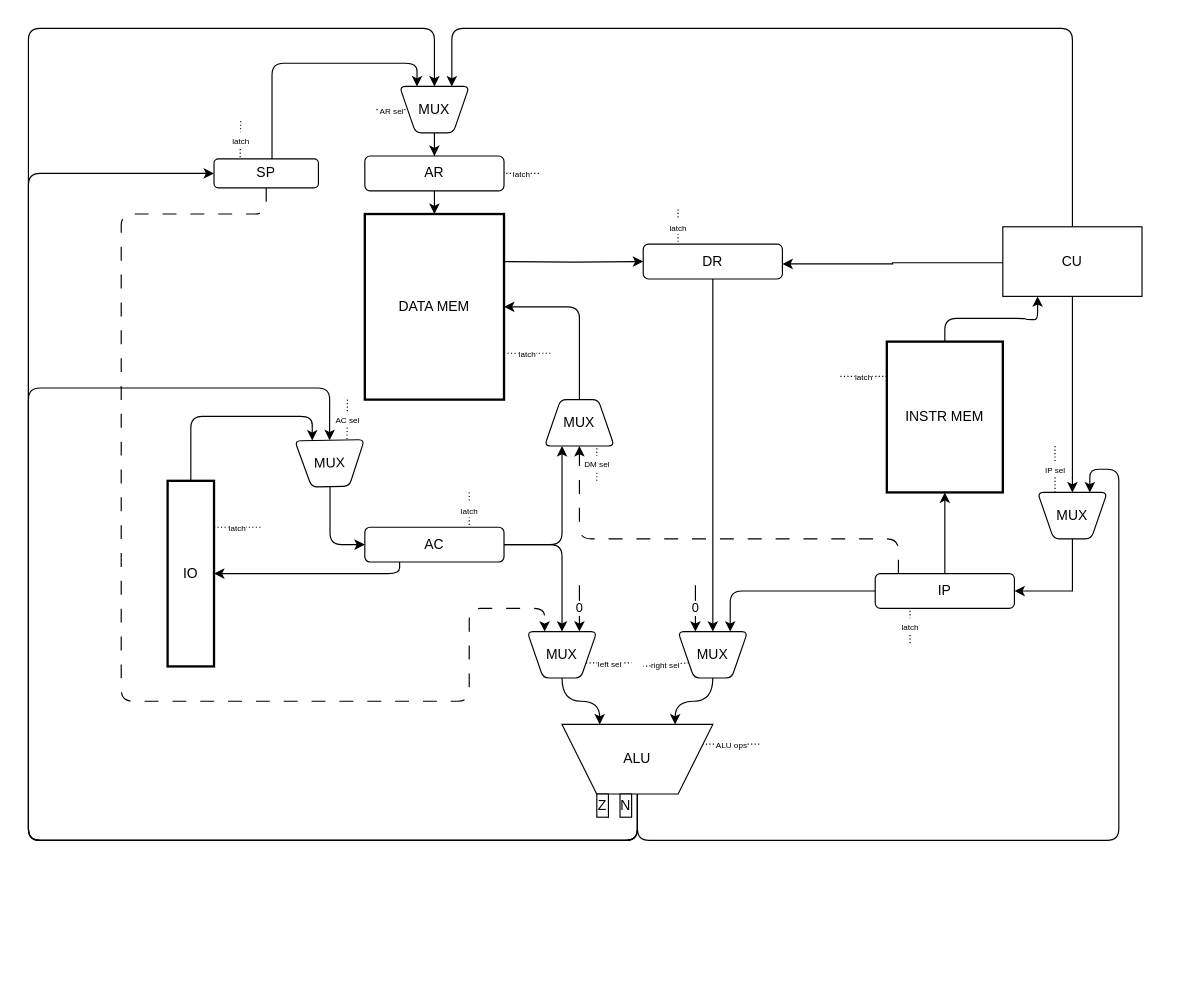
Above: docs/sheme.drawio in artem961/csa-lab-4 (draw.io), before the change. Source tidied: cells renumbered, new cells numbered last; positions are measured from the earlier drawing's top-left corner, leaving out a move shared by most shapes. Both pictures are drawn from the tidied source at 116%, with x=0, y=0 at pixel (28, 28).
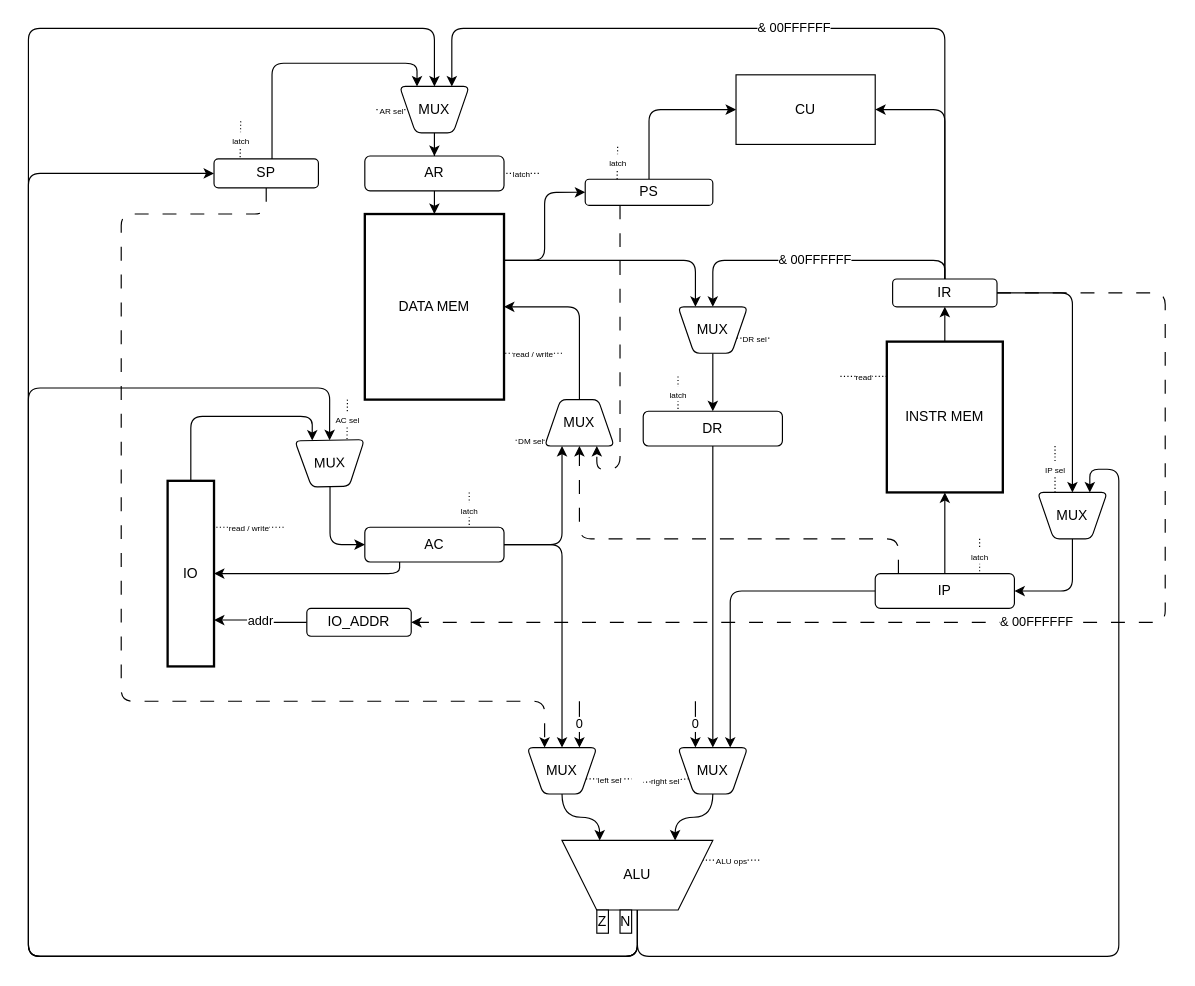
The same diagram, later.

Unchanged cells that the change refers to:
```xml
<mxCell id="3" value="INSTR MEM" style="rounded=0;whiteSpace=wrap;html=1;strokeWidth=2;" parent="1" vertex="1">
  <mxGeometry x="740" y="270" width="100" height="130" as="geometry" />
</mxCell>
<mxCell id="5" value="DATA MEM" style="rounded=0;whiteSpace=wrap;html=1;strokeWidth=2;" parent="1" vertex="1">
  <mxGeometry x="290" y="160" width="120" height="160" as="geometry" />
</mxCell>
<mxCell id="9" value="IP" style="rounded=1;whiteSpace=wrap;html=1;" parent="1" vertex="1">
  <mxGeometry x="730" y="470" width="120" height="30" as="geometry" />
</mxCell>
<mxCell id="30" value="MUX" style="verticalLabelPosition=middle;verticalAlign=middle;html=1;shape=trapezoid;perimeter=trapezoidPerimeter;whiteSpace=wrap;size=0.23;arcSize=10;flipV=1;labelPosition=center;align=center;rounded=1;" parent="1" vertex="1">
  <mxGeometry x="870" y="400" width="60" height="40" as="geometry" />
</mxCell>
<mxCell id="34" value="MUX" style="verticalLabelPosition=middle;verticalAlign=middle;html=1;shape=trapezoid;perimeter=trapezoidPerimeter;whiteSpace=wrap;size=0.23;arcSize=10;flipV=1;labelPosition=center;align=center;rounded=1;" parent="1" vertex="1">
  <mxGeometry x="320" y="50" width="60" height="40" as="geometry" />
</mxCell>
<mxCell id="36" value="MUX" style="verticalLabelPosition=middle;verticalAlign=middle;html=1;shape=trapezoid;perimeter=trapezoidPerimeter;whiteSpace=wrap;size=0.23;arcSize=10;flipV=1;labelPosition=center;align=center;rounded=1;rotation=-1;" parent="1" vertex="1">
  <mxGeometry x="230" y="355" width="60" height="40" as="geometry" />
</mxCell>
<mxCell id="38" value="IO" style="rounded=0;whiteSpace=wrap;html=1;strokeWidth=2;" parent="1" vertex="1">
  <mxGeometry x="120" y="390" width="40" height="160" as="geometry" />
</mxCell>
<mxCell id="41" value="SP" style="rounded=1;whiteSpace=wrap;html=1;" parent="1" vertex="1">
  <mxGeometry x="160" y="112.5" width="90" height="25" as="geometry" />
</mxCell>
<mxCell id="58" style="verticalLabelPosition=middle;verticalAlign=middle;html=1;shape=trapezoid;perimeter=trapezoidPerimeter;whiteSpace=wrap;size=0.23;arcSize=10;flipV=1;labelPosition=center;align=center;rounded=1;rotation=-180;" parent="1" vertex="1">
  <mxGeometry x="445" y="320" width="60" height="40" as="geometry" />
</mxCell>
<mxCell id="59" value="MUX" style="text;html=1;align=center;verticalAlign=middle;whiteSpace=wrap;rounded=0;" parent="1" vertex="1">
  <mxGeometry x="445" y="325" width="60" height="30" as="geometry" />
</mxCell>
```

Diff of the diagram source:
```diff
@@
-    <mxCell id="2" style="edgeStyle=orthogonalEdgeStyle;rounded=1;jettySize=auto;html=1;entryX=0.25;entryY=1;entryDx=0;entryDy=0;exitX=0.5;exitY=0;exitDx=0;exitDy=0;curved=0;" parent="1" edge="1" source="3" target="13">
+    <mxCell id="2" style="edgeStyle=orthogonalEdgeStyle;rounded=1;jettySize=auto;html=1;entryX=0.5;entryY=1;entryDx=0;entryDy=0;exitX=0.5;exitY=0;exitDx=0;exitDy=0;curved=0;" parent="1" edge="1" source="3" target="71">
       <mxGeometry relative="1" as="geometry" />
     </mxCell>
@@
-    <mxCell id="4" style="edgeStyle=orthogonalEdgeStyle;rounded=0;jettySize=auto;html=1;entryX=0;entryY=0.5;entryDx=0;entryDy=0;exitX=1;exitY=0.25;exitDx=0;exitDy=0;" parent="1" edge="1" target="15">
-      <mxGeometry relative="1" as="geometry">
-        <mxPoint x="410" y="201" as="sourcePoint" />
-      </mxGeometry>
-    </mxCell>
+    <mxCell id="64" style="edgeStyle=orthogonalEdgeStyle;rounded=1;jettySize=auto;html=1;entryX=0.25;entryY=0;entryDx=0;entryDy=0;exitX=1;exitY=0.25;exitDx=0;exitDy=0;curved=0;" parent="1" edge="1" source="5" target="75">
+      <mxGeometry relative="1" as="geometry">
+        <Array as="points">
+          <mxPoint x="540" y="200" />
+          <mxPoint x="540" y="200" />
+        </Array>
+      </mxGeometry>
+    </mxCell>
+    <mxCell id="65" style="edgeStyle=orthogonalEdgeStyle;rounded=1;jettySize=auto;html=1;entryX=0;entryY=0.5;entryDx=0;entryDy=0;curved=0;" parent="1" edge="1" source="5" target="79">
+      <mxGeometry relative="1" as="geometry">
+        <Array as="points">
+          <mxPoint x="445" y="200" />
+          <mxPoint x="445" y="141" />
+        </Array>
+      </mxGeometry>
+    </mxCell>
@@
-    <mxCell id="10" style="edgeStyle=orthogonalEdgeStyle;rounded=0;jettySize=auto;html=1;entryX=0.5;entryY=0;entryDx=0;entryDy=0;" parent="1" edge="1" source="13" target="30">
-      <mxGeometry relative="1" as="geometry" />
-    </mxCell>
-    <mxCell id="11" style="edgeStyle=orthogonalEdgeStyle;rounded=0;orthogonalLoop=1;jettySize=auto;html=1;entryX=1;entryY=0.5;entryDx=0;entryDy=0;exitX=0;exitY=0.5;exitDx=0;exitDy=0;" parent="1" edge="1">
-      <mxGeometry relative="1" as="geometry">
-        <mxPoint x="840" y="203" as="sourcePoint" />
-        <mxPoint x="650" y="203" as="targetPoint" />
-        <Array as="points">
-          <mxPoint x="840" y="202" />
-          <mxPoint x="745" y="202" />
-          <mxPoint x="745" y="203" />
-        </Array>
-      </mxGeometry>
-    </mxCell>
-    <mxCell id="12" style="edgeStyle=orthogonalEdgeStyle;rounded=1;jettySize=auto;html=1;entryX=0.75;entryY=0;entryDx=0;entryDy=0;exitX=0.5;exitY=0;exitDx=0;exitDy=0;curved=0;" parent="1" edge="1" source="13" target="34">
-      <mxGeometry relative="1" as="geometry">
-        <Array as="points">
-          <mxPoint x="900" />
-          <mxPoint x="365" />
-        </Array>
-      </mxGeometry>
-    </mxCell>
     <mxCell id="13" value="CU" style="rounded=0;whiteSpace=wrap;html=1;" parent="1" vertex="1">
-      <mxGeometry x="840" y="171" width="120" height="60" as="geometry" />
+      <mxGeometry x="610" y="40" width="120" height="60" as="geometry" />
     </mxCell>
@@
     <mxCell id="15" value="DR" style="rounded=1;whiteSpace=wrap;html=1;" parent="1" vertex="1">
-      <mxGeometry x="530" y="186" width="120" height="30" as="geometry" />
+      <mxGeometry x="530" y="330" width="120" height="30" as="geometry" />
     </mxCell>
     <mxCell id="16" style="edgeStyle=orthogonalEdgeStyle;rounded=1;jettySize=auto;html=1;entryX=0.75;entryY=0;entryDx=0;entryDy=0;exitX=0.5;exitY=1;exitDx=0;exitDy=0;curved=0;" parent="1" edge="1" source="20" target="30">
       <mxGeometry relative="1" as="geometry">
         <Array as="points">
-          <mxPoint x="525" y="700" />
-          <mxPoint x="940" y="700" />
+          <mxPoint x="525" y="800" />
+          <mxPoint x="940" y="800" />
           <mxPoint x="940" y="380" />
           <mxPoint x="915" y="380" />
         </Array>
       </mxGeometry>
     </mxCell>
     <mxCell id="17" style="edgeStyle=orthogonalEdgeStyle;rounded=1;jettySize=auto;html=1;entryX=0.5;entryY=0;entryDx=0;entryDy=0;exitX=0.5;exitY=1;exitDx=0;exitDy=0;curved=0;" parent="1" edge="1" source="20" target="34">
       <mxGeometry relative="1" as="geometry">
         <Array as="points">
-          <mxPoint x="525" y="700" />
-          <mxPoint y="700" />
+          <mxPoint x="525" y="800" />
+          <mxPoint y="800" />
           <mxPoint />
           <mxPoint x="350" />
         </Array>
       </mxGeometry>
     </mxCell>
     <mxCell id="18" style="edgeStyle=orthogonalEdgeStyle;rounded=1;jettySize=auto;html=1;entryX=0.5;entryY=0;entryDx=0;entryDy=0;exitX=0.5;exitY=1;exitDx=0;exitDy=0;curved=0;" parent="1" edge="1" source="20" target="36">
       <mxGeometry relative="1" as="geometry">
         <Array as="points">
-          <mxPoint x="525" y="700" />
-          <mxPoint y="700" />
+          <mxPoint x="525" y="800" />
+          <mxPoint y="800" />
           <mxPoint y="310" />
           <mxPoint x="260" y="310" />
         </Array>
       </mxGeometry>
     </mxCell>
     <mxCell id="19" style="edgeStyle=orthogonalEdgeStyle;rounded=1;jettySize=auto;html=1;entryX=0;entryY=0.5;entryDx=0;entryDy=0;exitX=0.5;exitY=1;exitDx=0;exitDy=0;curved=0;" parent="1" edge="1" source="20" target="41">
       <mxGeometry relative="1" as="geometry">
         <Array as="points">
-          <mxPoint x="525" y="700" />
-          <mxPoint y="700" />
+          <mxPoint x="525" y="800" />
+          <mxPoint y="800" />
           <mxPoint y="125" />
         </Array>
       </mxGeometry>
     </mxCell>
     <mxCell id="20" value="ALU" style="verticalLabelPosition=middle;verticalAlign=middle;html=1;shape=trapezoid;perimeter=trapezoidPerimeter;whiteSpace=wrap;size=0.23;arcSize=10;flipV=1;labelPosition=center;align=center;" parent="1" vertex="1">
-      <mxGeometry x="460" y="600" width="130" height="60" as="geometry" />
+      <mxGeometry x="460" y="700" width="130" height="60" as="geometry" />
     </mxCell>
@@
     <mxCell id="22" value="MUX" style="verticalLabelPosition=middle;verticalAlign=middle;html=1;shape=trapezoid;perimeter=trapezoidPerimeter;whiteSpace=wrap;size=0.23;arcSize=10;flipV=1;labelPosition=center;align=center;rounded=1;" parent="1" vertex="1">
-      <mxGeometry x="430" y="520" width="60" height="40" as="geometry" />
+      <mxGeometry x="430" y="620" width="60" height="40" as="geometry" />
     </mxCell>
@@
     <mxCell id="24" value="MUX" style="verticalLabelPosition=middle;verticalAlign=middle;html=1;shape=trapezoid;perimeter=trapezoidPerimeter;whiteSpace=wrap;size=0.23;arcSize=10;flipV=1;labelPosition=center;align=center;rounded=1;" parent="1" vertex="1">
-      <mxGeometry x="560" y="520" width="60" height="40" as="geometry" />
+      <mxGeometry x="560" y="620" width="60" height="40" as="geometry" />
     </mxCell>
@@
-    <mxCell id="29" style="edgeStyle=orthogonalEdgeStyle;rounded=0;jettySize=auto;html=1;entryX=1;entryY=0.5;entryDx=0;entryDy=0;exitX=0.5;exitY=1;exitDx=0;exitDy=0;" parent="1" edge="1" source="30" target="9">
+    <mxCell id="29" style="edgeStyle=orthogonalEdgeStyle;rounded=1;jettySize=auto;html=1;entryX=1;entryY=0.5;entryDx=0;entryDy=0;exitX=0.5;exitY=1;exitDx=0;exitDy=0;curved=0;" parent="1" edge="1" source="30" target="9">
       <mxGeometry relative="1" as="geometry" />
     </mxCell>
@@
     <mxCell id="39" style="edgeStyle=orthogonalEdgeStyle;rounded=1;jettySize=auto;html=1;entryX=0.25;entryY=0;entryDx=0;entryDy=0;curved=0;dashed=1;dashPattern=12 12;exitX=0.5;exitY=1;exitDx=0;exitDy=0;" parent="1" edge="1" source="41" target="22">
       <mxGeometry relative="1" as="geometry">
         <Array as="points">
           <mxPoint x="205" y="160" />
           <mxPoint x="80" y="160" />
           <mxPoint x="80" y="580" />
-          <mxPoint x="380" y="580" />
-          <mxPoint x="380" y="500" />
-          <mxPoint x="445" y="500" />
+          <mxPoint x="445" y="580" />
         </Array>
       </mxGeometry>
     </mxCell>
@@
     <mxCell id="42" value="0" style="endArrow=none;html=1;rounded=0;exitX=0.25;exitY=0;exitDx=0;exitDy=0;endFill=1;startArrow=classic;startFill=1;" parent="1" edge="1" source="24">
       <mxGeometry relative="1" as="geometry">
-        <mxPoint x="575" y="480" as="targetPoint" />
+        <mxPoint x="575" y="580" as="targetPoint" />
       </mxGeometry>
     </mxCell>
     <mxCell id="43" value="0" style="endArrow=none;html=1;rounded=0;exitX=0.75;exitY=0;exitDx=0;exitDy=0;endFill=1;startArrow=classic;startFill=1;" parent="1" edge="1" source="22">
       <mxGeometry relative="1" as="geometry">
-        <mxPoint x="475" y="480" as="targetPoint" />
+        <mxPoint x="475" y="580" as="targetPoint" />
       </mxGeometry>
     </mxCell>
     <mxCell id="44" value="&lt;font style=&quot;font-size: 7px;&quot;&gt;left sel&lt;/font&gt;" style="endArrow=none;dashed=1;html=1;rounded=0;exitX=1;exitY=0.75;exitDx=0;exitDy=0;dashPattern=1 2;" parent="1" edge="1" source="22">
       <mxGeometry relative="1" as="geometry">
-        <mxPoint x="520" y="547" as="targetPoint" />
+        <mxPoint x="520" y="647" as="targetPoint" />
       </mxGeometry>
     </mxCell>
     <mxCell id="45" value="&lt;font style=&quot;font-size: 7px;&quot;&gt;right sel&lt;/font&gt;" style="endArrow=none;dashed=1;html=1;rounded=0;exitX=0;exitY=0.75;exitDx=0;exitDy=0;dashPattern=1 2;" parent="1" edge="1" source="24">
       <mxGeometry relative="1" as="geometry">
-        <mxPoint x="530" y="550" as="targetPoint" />
+        <mxPoint x="530" y="650" as="targetPoint" />
       </mxGeometry>
     </mxCell>
@@
-    <mxCell id="48" value="&lt;font style=&quot;font-size: 7px;&quot;&gt;latch&lt;/font&gt;" style="endArrow=none;dashed=1;html=1;rounded=0;dashPattern=1 2;entryX=1;entryY=0.25;entryDx=0;entryDy=0;" parent="1" edge="1" target="38">
+    <mxCell id="48" value="&lt;font style=&quot;font-size: 7px;&quot;&gt;read / write&lt;/font&gt;" style="endArrow=none;dashed=1;html=1;rounded=0;dashPattern=1 2;entryX=1;entryY=0.25;entryDx=0;entryDy=0;" parent="1" edge="1" target="38">
       <mxGeometry relative="1" as="geometry">
-        <mxPoint x="200" y="430" as="sourcePoint" />
+        <mxPoint x="220" y="430" as="sourcePoint" />
       </mxGeometry>
     </mxCell>
@@
     <mxCell id="50" value="&lt;font style=&quot;font-size: 7px;&quot;&gt;ALU ops&lt;/font&gt;" style="endArrow=none;dashed=1;html=1;rounded=0;dashPattern=1 2;entryX=1;entryY=0.25;entryDx=0;entryDy=0;" parent="1" edge="1" target="20">
       <mxGeometry relative="1" as="geometry">
-        <mxPoint x="630" y="617" as="sourcePoint" />
+        <mxPoint x="630" y="717" as="sourcePoint" />
       </mxGeometry>
     </mxCell>
-    <mxCell id="51" value="&lt;font style=&quot;font-size: 7px;&quot;&gt;latch&lt;/font&gt;" style="endArrow=none;dashed=1;html=1;rounded=0;dashPattern=1 2;entryX=0.25;entryY=1;entryDx=0;entryDy=0;" parent="1" edge="1" target="9">
+    <mxCell id="51" value="&lt;font style=&quot;font-size: 7px;&quot;&gt;latch&lt;/font&gt;" style="endArrow=none;dashed=1;html=1;rounded=0;dashPattern=1 2;entryX=0.75;entryY=0;entryDx=0;entryDy=0;" parent="1" edge="1" target="9">
       <mxGeometry relative="1" as="geometry">
-        <mxPoint x="760" y="530" as="sourcePoint" />
+        <mxPoint x="820" y="440" as="sourcePoint" />
       </mxGeometry>
     </mxCell>
@@
-    <mxCell id="54" value="&lt;font style=&quot;font-size: 7px;&quot;&gt;latch&lt;/font&gt;" style="endArrow=none;dashed=1;html=1;rounded=0;dashPattern=1 2;entryX=1;entryY=0.75;entryDx=0;entryDy=0;" parent="1" edge="1" target="5">
+    <mxCell id="54" value="&lt;font style=&quot;font-size: 7px;&quot;&gt;read / write&lt;/font&gt;" style="endArrow=none;dashed=1;html=1;rounded=0;dashPattern=1 2;entryX=1;entryY=0.75;entryDx=0;entryDy=0;" parent="1" edge="1" target="5">
       <mxGeometry relative="1" as="geometry">
-        <mxPoint x="450" y="280" as="sourcePoint" />
+        <mxPoint x="460" y="280" as="sourcePoint" />
       </mxGeometry>
     </mxCell>
     <mxCell id="55" value="Z" style="rounded=0;whiteSpace=wrap;html=1;" parent="1" vertex="1">
-      <mxGeometry x="490" y="660" width="10" height="20" as="geometry" />
+      <mxGeometry x="490" y="760" width="10" height="20" as="geometry" />
     </mxCell>
     <mxCell id="56" value="N" style="rounded=0;whiteSpace=wrap;html=1;" parent="1" vertex="1">
-      <mxGeometry x="510" y="660" width="10" height="20" as="geometry" />
+      <mxGeometry x="510" y="760" width="10" height="20" as="geometry" />
     </mxCell>
@@
     <mxCell id="60" value="&lt;font style=&quot;font-size: 7px;&quot;&gt;latch&lt;/font&gt;" style="endArrow=none;dashed=1;html=1;rounded=0;dashPattern=1 2;entryX=0.25;entryY=0;entryDx=0;entryDy=0;" parent="1" edge="1" target="15">
       <mxGeometry relative="1" as="geometry">
-        <mxPoint x="560" y="156" as="sourcePoint" />
+        <mxPoint x="560" y="300" as="sourcePoint" />
       </mxGeometry>
     </mxCell>
@@
-    <mxCell id="62" value="&lt;font style=&quot;font-size: 7px;&quot;&gt;latch&lt;/font&gt;" style="endArrow=none;dashed=1;html=1;rounded=0;dashPattern=1 2;entryX=1;entryY=0.75;entryDx=0;entryDy=0;" parent="1" edge="1">
+    <mxCell id="62" value="&lt;font style=&quot;font-size: 7px;&quot;&gt;read&lt;/font&gt;" style="endArrow=none;dashed=1;html=1;rounded=0;dashPattern=1 2;entryX=1;entryY=0.75;entryDx=0;entryDy=0;" parent="1" edge="1">
       <mxGeometry relative="1" as="geometry">
         <mxPoint x="740" y="300" as="sourcePoint" />
         <mxPoint x="700" y="300" as="targetPoint" />
         <Array as="points">
           <mxPoint x="740" y="300" />
         </Array>
       </mxGeometry>
     </mxCell>
-    <mxCell id="63" value="&lt;span style=&quot;font-size: 7px;&quot;&gt;DM sel&lt;/span&gt;" style="endArrow=none;dashed=1;html=1;rounded=0;dashPattern=1 2;entryX=0.25;entryY=0;entryDx=0;entryDy=0;" parent="1" edge="1" target="58">
+    <mxCell id="63" value="&lt;span style=&quot;font-size: 7px;&quot;&gt;DM sel&lt;/span&gt;" style="endArrow=none;dashed=1;html=1;rounded=0;dashPattern=1 2;entryX=0;entryY=1;entryDx=0;entryDy=0;" parent="1" edge="1" target="59">
       <mxGeometry relative="1" as="geometry">
-        <mxPoint x="490" y="390" as="sourcePoint" />
+        <mxPoint x="420" y="355" as="sourcePoint" />
       </mxGeometry>
     </mxCell>
+    <mxCell id="66" style="edgeStyle=orthogonalEdgeStyle;rounded=1;jettySize=auto;html=1;entryX=0.5;entryY=0;entryDx=0;entryDy=0;curved=0;" parent="1" edge="1" source="71" target="30">
+      <mxGeometry relative="1" as="geometry" />
+    </mxCell>
+    <mxCell id="67" value="&amp;amp; 00FFFFFF" style="edgeStyle=orthogonalEdgeStyle;rounded=1;jettySize=auto;html=1;entryX=1;entryY=0.5;entryDx=0;entryDy=0;curved=0;dashed=1;dashPattern=12 12;" parent="1" edge="1" source="71" target="73">
+      <mxGeometry relative="1" as="geometry">
+        <Array as="points">
+          <mxPoint x="980" y="228" />
+          <mxPoint x="980" y="512" />
+        </Array>
+      </mxGeometry>
+    </mxCell>
+    <mxCell id="68" value="&amp;amp; 00FFFFFF" style="edgeStyle=orthogonalEdgeStyle;rounded=1;jettySize=auto;html=1;entryX=0.5;entryY=0;entryDx=0;entryDy=0;exitX=0.5;exitY=0;exitDx=0;exitDy=0;curved=0;" parent="1" edge="1" source="71" target="75">
+      <mxGeometry relative="1" as="geometry">
+        <Array as="points">
+          <mxPoint x="790" y="200" />
+          <mxPoint x="590" y="200" />
+        </Array>
+      </mxGeometry>
+    </mxCell>
+    <mxCell id="69" value="&amp;amp; 00FFFFFF" style="edgeStyle=orthogonalEdgeStyle;rounded=1;jettySize=auto;html=1;entryX=0.75;entryY=0;entryDx=0;entryDy=0;curved=0;" parent="1" edge="1" source="71" target="34">
+      <mxGeometry relative="1" as="geometry">
+        <Array as="points">
+          <mxPoint x="790" />
+          <mxPoint x="365" />
+        </Array>
+      </mxGeometry>
+    </mxCell>
+    <mxCell id="70" style="edgeStyle=orthogonalEdgeStyle;rounded=1;jettySize=auto;html=1;entryX=1;entryY=0.5;entryDx=0;entryDy=0;curved=0;" parent="1" edge="1" source="71" target="13">
+      <mxGeometry relative="1" as="geometry">
+        <Array as="points">
+          <mxPoint x="790" y="70" />
+        </Array>
+      </mxGeometry>
+    </mxCell>
+    <mxCell id="71" value="IR" style="rounded=1;whiteSpace=wrap;html=1;" parent="1" vertex="1">
+      <mxGeometry x="745" y="216" width="90" height="24" as="geometry" />
+    </mxCell>
+    <mxCell id="72" value="addr" style="edgeStyle=orthogonalEdgeStyle;rounded=0;jettySize=auto;html=1;entryX=1;entryY=0.75;entryDx=0;entryDy=0;" parent="1" edge="1" source="73" target="38">
+      <mxGeometry relative="1" as="geometry" />
+    </mxCell>
+    <mxCell id="73" value="IO_ADDR" style="rounded=1;whiteSpace=wrap;html=1;" parent="1" vertex="1">
+      <mxGeometry x="240" y="500" width="90" height="24" as="geometry" />
+    </mxCell>
+    <mxCell id="74" style="edgeStyle=orthogonalEdgeStyle;rounded=0;jettySize=auto;html=1;entryX=0.5;entryY=0;entryDx=0;entryDy=0;" parent="1" edge="1" source="75" target="15">
+      <mxGeometry relative="1" as="geometry" />
+    </mxCell>
+    <mxCell id="75" value="MUX" style="verticalLabelPosition=middle;verticalAlign=middle;html=1;shape=trapezoid;perimeter=trapezoidPerimeter;whiteSpace=wrap;size=0.23;arcSize=10;flipV=1;labelPosition=center;align=center;rounded=1;" parent="1" vertex="1">
+      <mxGeometry x="560" y="240" width="60" height="40" as="geometry" />
+    </mxCell>
+    <mxCell id="76" value="&lt;font style=&quot;font-size: 7px;&quot;&gt;DR sel&lt;/font&gt;" style="endArrow=none;dashed=1;html=1;rounded=0;exitX=1;exitY=0.75;exitDx=0;exitDy=0;dashPattern=1 2;" parent="1" edge="1" source="75">
+      <mxGeometry relative="1" as="geometry">
+        <mxPoint x="640" y="267" as="targetPoint" />
+      </mxGeometry>
+    </mxCell>
+    <mxCell id="77" style="edgeStyle=orthogonalEdgeStyle;rounded=1;jettySize=auto;html=1;entryX=0;entryY=0.5;entryDx=0;entryDy=0;exitX=0.5;exitY=0;exitDx=0;exitDy=0;curved=0;" parent="1" edge="1" source="79" target="13">
+      <mxGeometry relative="1" as="geometry" />
+    </mxCell>
+    <mxCell id="78" style="edgeStyle=orthogonalEdgeStyle;rounded=1;jettySize=auto;html=1;entryX=0.25;entryY=0;entryDx=0;entryDy=0;curved=0;dashed=1;dashPattern=12 12;" parent="1" edge="1" source="79" target="58">
+      <mxGeometry relative="1" as="geometry">
+        <Array as="points">
+          <mxPoint x="510" y="380" />
+          <mxPoint x="490" y="380" />
+        </Array>
+      </mxGeometry>
+    </mxCell>
+    <mxCell id="79" value="PS" style="rounded=1;whiteSpace=wrap;html=1;" parent="1" vertex="1">
+      <mxGeometry x="480" y="130" width="110" height="22.5" as="geometry" />
+    </mxCell>
+    <mxCell id="80" value="&lt;font style=&quot;font-size: 7px;&quot;&gt;latch&lt;/font&gt;" style="endArrow=none;dashed=1;html=1;rounded=0;dashPattern=1 2;exitX=0.25;exitY=0;exitDx=0;exitDy=0;" parent="1" edge="1" source="79">
+      <mxGeometry relative="1" as="geometry">
+        <mxPoint x="508" y="100" as="targetPoint" />
+      </mxGeometry>
+    </mxCell>
```
